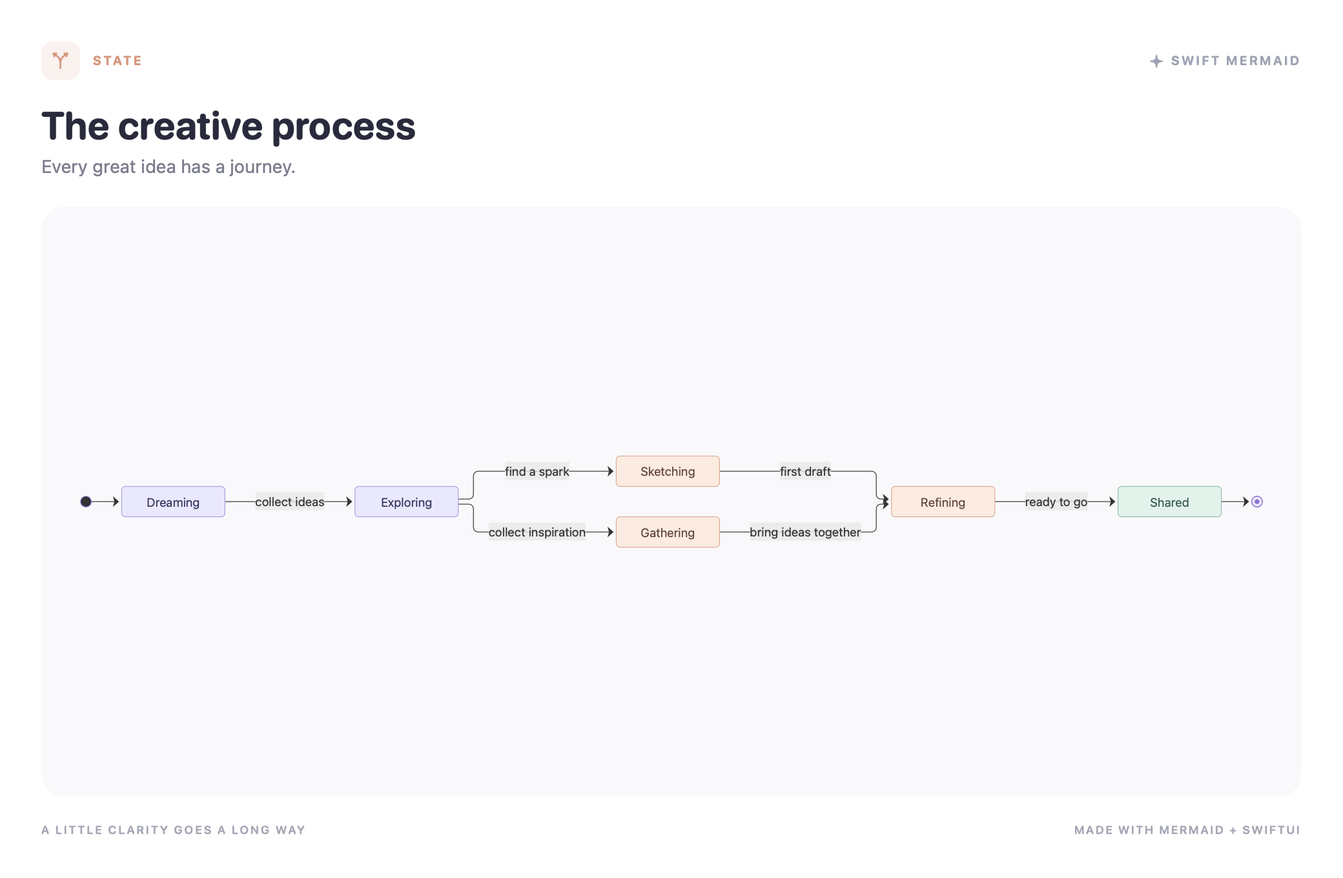
Before: Documentation/Images/Gallery/state.png, a diagram exported from Mermaid (ThorFuchs/Swift-Mermaid). Its source is kept beside it as Examples/MermaidGallery/Sources/GalleryContent/Diagrams/state.mmd.
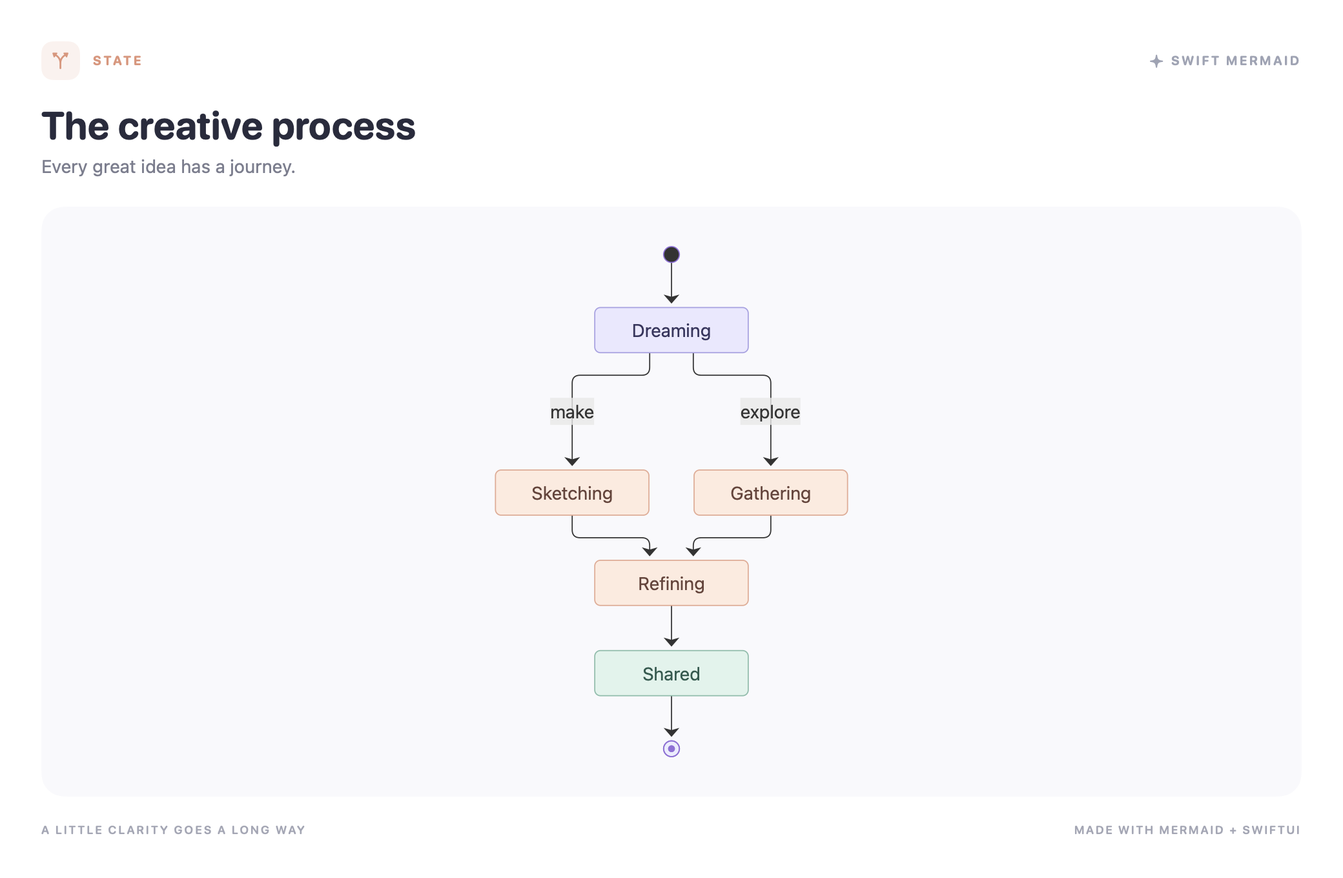
The same diagram one commit later.

Change to the diagram source:
```diff
@@ -1,17 +1,16 @@
 stateDiagram-v2
-    direction LR
+    direction TB
     [*] --> Dreaming
-    Dreaming --> Exploring: collect ideas
-    Exploring --> Sketching: find a spark
-    Exploring --> Gathering: collect inspiration
-    Sketching --> Refining: first draft
-    Gathering --> Refining: bring ideas together
-    Refining --> Shared: ready to go
+    Dreaming --> Sketching: make
+    Dreaming --> Gathering: explore
+    Sketching --> Refining
+    Gathering --> Refining
+    Refining --> Shared
     Shared --> [*]
 
     classDef lilac fill:#EBE8FF,stroke:#A8A1E5,color:#37345E
     classDef mint fill:#DFF4EC,stroke:#84BEAA,color:#285A4D
     classDef peach fill:#FFEADF,stroke:#E7AA92,color:#684239
-    class Dreaming,Exploring lilac
+    class Dreaming lilac
     class Sketching,Gathering,Refining peach
     class Shared mint
```
